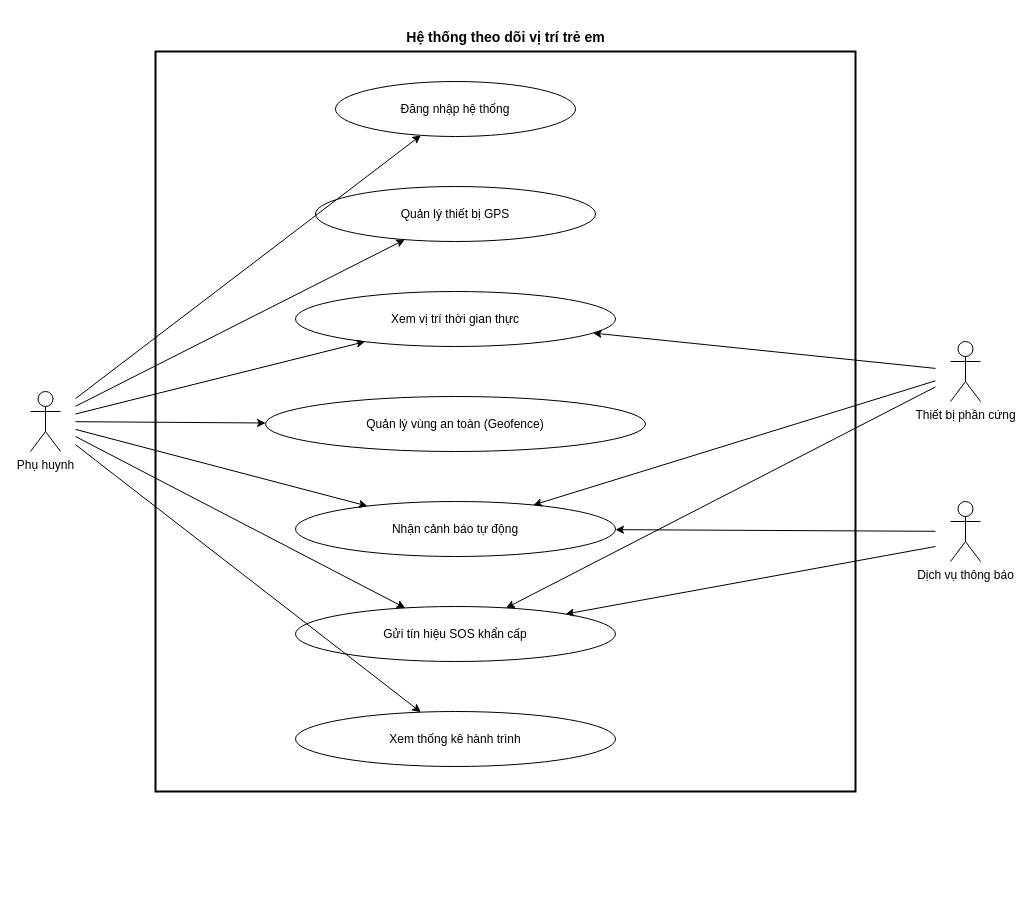
Above: diagrams/usecase_tong_quat.drawio in duongngdeptrai/DoAnTotNghiep_Working (draw.io), before the change. Source tidied: cells renumbered, new cells numbered last; positions are measured from the earlier drawing's top-left corner, leaving out a move shared by most shapes. Both pictures are drawn from the tidied source at 100%, with x=0, y=0 at pixel (30, 19).
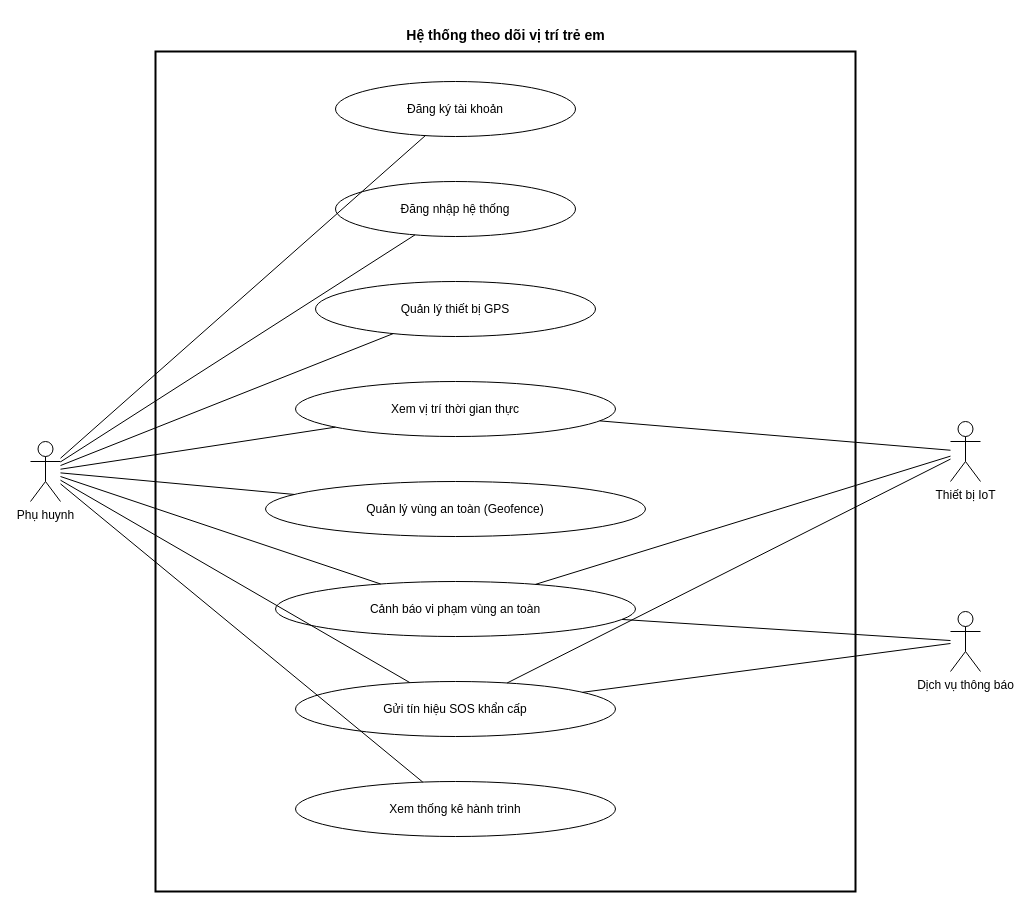
Above is the later version.

Diff of the diagram source:
```diff
@@
     <mxCell id="2" style="rounded=0;whiteSpace=wrap;html=1;fillColor=none;strokeColor=#000000;strokeWidth=2;" parent="1" vertex="1">
-      <mxGeometry x="125" y="32" width="700" height="740" as="geometry" />
+      <mxGeometry x="125" y="32" width="700" height="840" as="geometry" />
     </mxCell>
     <mxCell id="3" value="&lt;b&gt;Hệ thống theo dõi vị trí trẻ em&lt;/b&gt;" style="text;html=1;align=center;verticalAlign=middle;fontSize=14;fillColor=none;strokeColor=none;" parent="1" vertex="1">
-      <mxGeometry x="205" width="540" height="36" as="geometry" />
+      <mxGeometry x="205" y="-2" width="540" height="36" as="geometry" />
     </mxCell>
-    <mxCell id="4" value="Đăng nhập hệ thống" style="ellipse;whiteSpace=wrap;html=1;fontSize=12;fillColor=#ffffff;strokeColor=#000000;" parent="1" vertex="1">
+    <mxCell id="4" value="Đăng ký tài khoản" style="ellipse;whiteSpace=wrap;html=1;fontSize=12;fillColor=#ffffff;strokeColor=#000000;" parent="1" vertex="1">
       <mxGeometry x="305" y="62" width="240" height="55" as="geometry" />
     </mxCell>
-    <mxCell id="5" value="Quản lý thiết bị GPS" style="ellipse;whiteSpace=wrap;html=1;fontSize=12;fillColor=#ffffff;strokeColor=#000000;" parent="1" vertex="1">
-      <mxGeometry x="285" y="167" width="280" height="55" as="geometry" />
+    <mxCell id="5" value="Đăng nhập hệ thống" style="ellipse;whiteSpace=wrap;html=1;fontSize=12;fillColor=#ffffff;strokeColor=#000000;" parent="1" vertex="1">
+      <mxGeometry x="305" y="162" width="240" height="55" as="geometry" />
     </mxCell>
-    <mxCell id="6" value="Xem vị trí thời gian thực" style="ellipse;whiteSpace=wrap;html=1;fontSize=12;fillColor=#ffffff;strokeColor=#000000;" parent="1" vertex="1">
-      <mxGeometry x="265" y="272" width="320" height="55" as="geometry" />
+    <mxCell id="6" value="Quản lý thiết bị GPS" style="ellipse;whiteSpace=wrap;html=1;fontSize=12;fillColor=#ffffff;strokeColor=#000000;" parent="1" vertex="1">
+      <mxGeometry x="285" y="262" width="280" height="55" as="geometry" />
     </mxCell>
-    <mxCell id="7" value="Quản lý vùng an toàn (Geofence)" style="ellipse;whiteSpace=wrap;html=1;fontSize=12;fillColor=#ffffff;strokeColor=#000000;" parent="1" vertex="1">
-      <mxGeometry x="235" y="377" width="380" height="55" as="geometry" />
+    <mxCell id="7" value="Xem vị trí thời gian thực" style="ellipse;whiteSpace=wrap;html=1;fontSize=12;fillColor=#ffffff;strokeColor=#000000;" parent="1" vertex="1">
+      <mxGeometry x="265" y="362" width="320" height="55" as="geometry" />
     </mxCell>
-    <mxCell id="8" value="Nhận cảnh báo tự động" style="ellipse;whiteSpace=wrap;html=1;fontSize=12;fillColor=#ffffff;strokeColor=#000000;" parent="1" vertex="1">
-      <mxGeometry x="265" y="482" width="320" height="55" as="geometry" />
+    <mxCell id="8" value="Quản lý vùng an toàn (Geofence)" style="ellipse;whiteSpace=wrap;html=1;fontSize=12;fillColor=#ffffff;strokeColor=#000000;" parent="1" vertex="1">
+      <mxGeometry x="235" y="462" width="380" height="55" as="geometry" />
     </mxCell>
-    <mxCell id="9" value="Gửi tín hiệu SOS khẩn cấp" style="ellipse;whiteSpace=wrap;html=1;fontSize=12;fillColor=#ffffff;strokeColor=#000000;" parent="1" vertex="1">
-      <mxGeometry x="265" y="587" width="320" height="55" as="geometry" />
+    <mxCell id="9" value="Cảnh báo vi phạm vùng an toàn" style="ellipse;whiteSpace=wrap;html=1;fontSize=12;fillColor=#ffffff;strokeColor=#000000;" parent="1" vertex="1">
+      <mxGeometry x="245" y="562" width="360" height="55" as="geometry" />
     </mxCell>
-    <mxCell id="10" value="Xem thống kê hành trình" style="ellipse;whiteSpace=wrap;html=1;fontSize=12;fillColor=#ffffff;strokeColor=#000000;" parent="1" vertex="1">
-      <mxGeometry x="265" y="692" width="320" height="55" as="geometry" />
+    <mxCell id="10" value="Gửi tín hiệu SOS khẩn cấp" style="ellipse;whiteSpace=wrap;html=1;fontSize=12;fillColor=#ffffff;strokeColor=#000000;" parent="1" vertex="1">
+      <mxGeometry x="265" y="662" width="320" height="55" as="geometry" />
     </mxCell>
+    <mxCell id="26" value="Xem thống kê hành trình" style="ellipse;whiteSpace=wrap;html=1;fontSize=12;fillColor=#ffffff;strokeColor=#000000;" parent="1" vertex="1">
+      <mxGeometry x="265" y="762" width="320" height="55" as="geometry" />
+    </mxCell>
+    <mxCell id="23" value="Phụ huynh" style="shape=umlActor;verticalLabelPosition=bottom;verticalAlign=top;html=1;outlineConnect=0;" parent="1" vertex="1">
+      <mxGeometry y="422" width="30" height="60" as="geometry" />
+    </mxCell>
+    <mxCell id="27" value="Thiết bị IoT" style="shape=umlActor;verticalLabelPosition=bottom;verticalAlign=top;html=1;outlineConnect=0;" parent="1" vertex="1">
+      <mxGeometry x="920" y="402" width="30" height="60" as="geometry" />
+    </mxCell>
+    <mxCell id="22" value="Dịch vụ thông báo" style="shape=umlActor;verticalLabelPosition=bottom;verticalAlign=top;html=1;outlineConnect=0;" parent="1" vertex="1">
+      <mxGeometry x="920" y="592" width="30" height="60" as="geometry" />
+    </mxCell>
-    <mxCell id="11" style="edgeStyle=none;" parent="1" edge="1" target="4">
-      <mxGeometry relative="1" as="geometry">
-        <mxPoint x="45" y="379.1" as="sourcePoint" />
-      </mxGeometry>
+    <mxCell id="11" style="endArrow=none;startArrow=none;" parent="1" edge="1" source="23" target="4">
+      <mxGeometry relative="1" as="geometry" />
     </mxCell>
-    <mxCell id="12" style="edgeStyle=none;" parent="1" edge="1" target="5">
-      <mxGeometry relative="1" as="geometry">
-        <mxPoint x="45" y="386.8" as="sourcePoint" />
-      </mxGeometry>
+    <mxCell id="12" style="endArrow=none;startArrow=none;" parent="1" edge="1" source="23" target="5">
+      <mxGeometry relative="1" as="geometry" />
     </mxCell>
-    <mxCell id="13" style="edgeStyle=none;" parent="1" edge="1" target="6">
-      <mxGeometry relative="1" as="geometry">
-        <mxPoint x="45" y="394.5" as="sourcePoint" />
-      </mxGeometry>
+    <mxCell id="13" style="endArrow=none;startArrow=none;" parent="1" edge="1" source="23" target="6">
+      <mxGeometry relative="1" as="geometry" />
     </mxCell>
-    <mxCell id="14" style="edgeStyle=none;" parent="1" edge="1" target="7">
-      <mxGeometry relative="1" as="geometry">
-        <mxPoint x="45" y="402.2" as="sourcePoint" />
-      </mxGeometry>
+    <mxCell id="14" style="endArrow=none;startArrow=none;" parent="1" edge="1" source="23" target="7">
+      <mxGeometry relative="1" as="geometry" />
     </mxCell>
-    <mxCell id="15" style="edgeStyle=none;" parent="1" edge="1" target="8">
-      <mxGeometry relative="1" as="geometry">
-        <mxPoint x="45" y="409.9" as="sourcePoint" />
-      </mxGeometry>
+    <mxCell id="15" style="endArrow=none;startArrow=none;" parent="1" edge="1" source="23" target="8">
+      <mxGeometry relative="1" as="geometry" />
     </mxCell>
-    <mxCell id="16" style="edgeStyle=none;" parent="1" edge="1" target="10">
-      <mxGeometry relative="1" as="geometry">
-        <mxPoint x="45" y="425.2" as="sourcePoint" />
-      </mxGeometry>
+    <mxCell id="16" style="endArrow=none;startArrow=none;" parent="1" edge="1" source="23" target="9">
+      <mxGeometry relative="1" as="geometry" />
     </mxCell>
+    <mxCell id="28" style="endArrow=none;startArrow=none;" parent="1" edge="1" source="23" target="10">
+      <mxGeometry relative="1" as="geometry" />
+    </mxCell>
+    <mxCell id="29" style="endArrow=none;startArrow=none;" parent="1" edge="1" source="23" target="26">
+      <mxGeometry relative="1" as="geometry" />
+    </mxCell>
-    <mxCell id="17" style="edgeStyle=none;" parent="1" edge="1" target="6">
-      <mxGeometry relative="1" as="geometry">
-        <mxPoint x="905" y="348.9" as="sourcePoint" />
-      </mxGeometry>
+    <mxCell id="17" style="endArrow=none;startArrow=none;" parent="1" edge="1" source="27" target="7">
+      <mxGeometry relative="1" as="geometry" />
     </mxCell>
-    <mxCell id="18" style="edgeStyle=none;" parent="1" edge="1" target="8">
-      <mxGeometry relative="1" as="geometry">
-        <mxPoint x="905" y="361.3" as="sourcePoint" />
-      </mxGeometry>
+    <mxCell id="18" style="endArrow=none;startArrow=none;" parent="1" edge="1" source="27" target="9">
+      <mxGeometry relative="1" as="geometry" />
     </mxCell>
-    <mxCell id="19" style="edgeStyle=none;" parent="1" edge="1" target="9">
-      <mxGeometry relative="1" as="geometry">
-        <mxPoint x="905" y="367.4" as="sourcePoint" />
-      </mxGeometry>
+    <mxCell id="19" style="endArrow=none;startArrow=none;" parent="1" edge="1" source="27" target="10">
+      <mxGeometry relative="1" as="geometry" />
     </mxCell>
-    <mxCell id="20" style="edgeStyle=none;" parent="1" edge="1" target="8">
-      <mxGeometry relative="1" as="geometry">
-        <mxPoint x="905" y="511.8" as="sourcePoint" />
-      </mxGeometry>
+    <mxCell id="20" style="endArrow=none;startArrow=none;" parent="1" edge="1" source="22" target="9">
+      <mxGeometry relative="1" as="geometry" />
     </mxCell>
-    <mxCell id="21" style="edgeStyle=none;" parent="1" edge="1" target="9">
-      <mxGeometry relative="1" as="geometry">
-        <mxPoint x="45" y="417" as="sourcePoint" />
-      </mxGeometry>
-    </mxCell>
-    <mxCell id="22" style="edgeStyle=none;" parent="1" edge="1" target="9">
-      <mxGeometry relative="1" as="geometry">
-        <mxPoint x="905" y="527" as="sourcePoint" />
-      </mxGeometry>
-    </mxCell>
-    <mxCell id="23" value="Phụ huynh&lt;div&gt;&lt;br&gt;&lt;/div&gt;" style="shape=umlActor;verticalLabelPosition=bottom;verticalAlign=top;html=1;outlineConnect=0;" parent="1" vertex="1">
-      <mxGeometry y="372" width="30" height="60" as="geometry" />
-    </mxCell>
-    <mxCell id="24" value="Thiết bị phần cứng" style="shape=umlActor;verticalLabelPosition=bottom;verticalAlign=top;html=1;" parent="1" vertex="1">
-      <mxGeometry x="920" y="322" width="30" height="60" as="geometry" />
-    </mxCell>
-    <mxCell id="25" value="Dịch vụ thông báo" style="shape=umlActor;verticalLabelPosition=bottom;verticalAlign=top;html=1;" parent="1" vertex="1">
-      <mxGeometry x="920" y="482" width="30" height="60" as="geometry" />
-    </mxCell>
+    <mxCell id="30" style="endArrow=none;startArrow=none;" parent="1" edge="1" source="22" target="10">
+      <mxGeometry relative="1" as="geometry" />
+    </mxCell>
```
